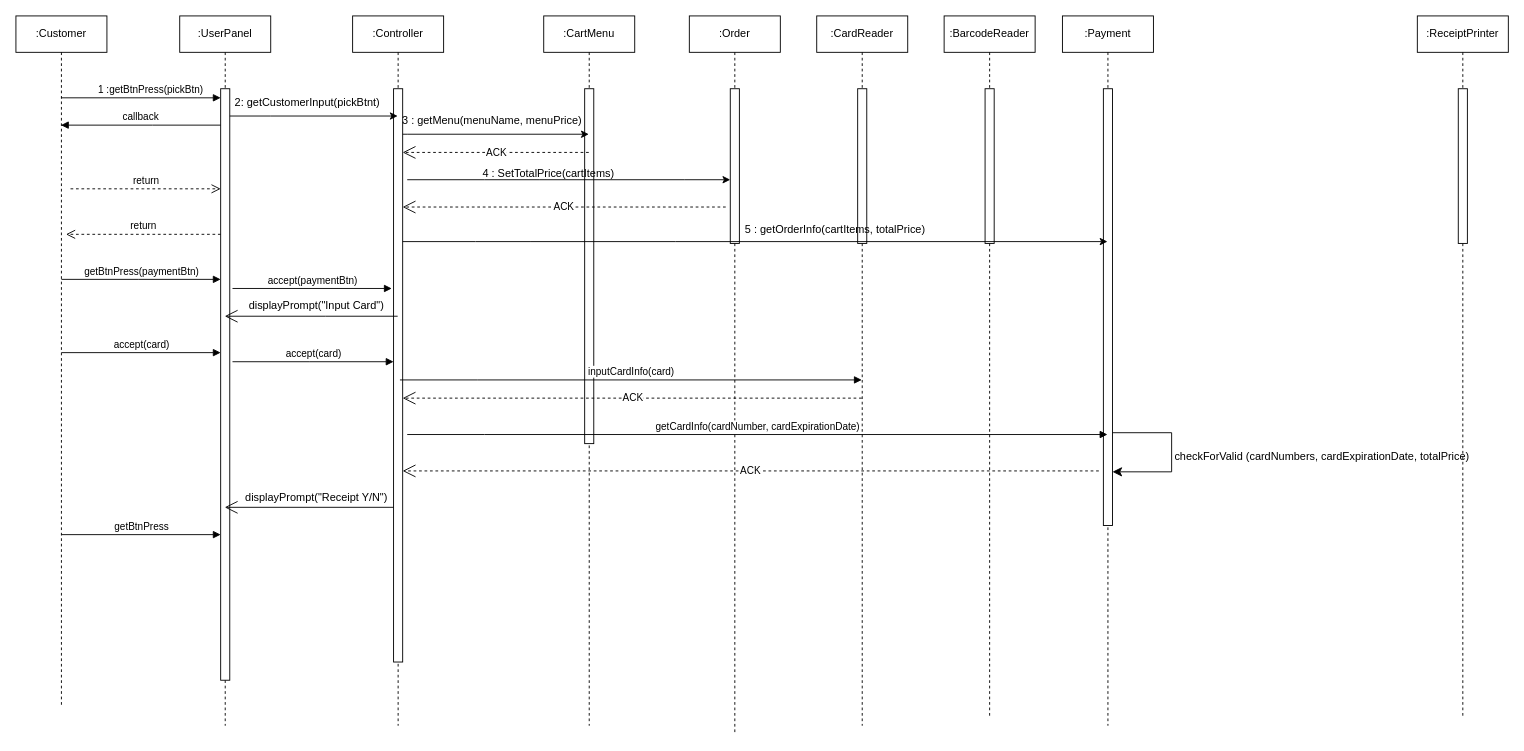
SSWU-light-2021/kiosk_UML keeps this draw.io diagram as 제목 없는 다이어그램.drawio. Above is the earlier version. Source tidied: cells renumbered, new cells numbered last; positions are measured from the earlier drawing's top-left corner, leaving out a move shared by most shapes. Both pictures are drawn from the tidied source at 91%, with x=0, y=0 at pixel (15, 15).
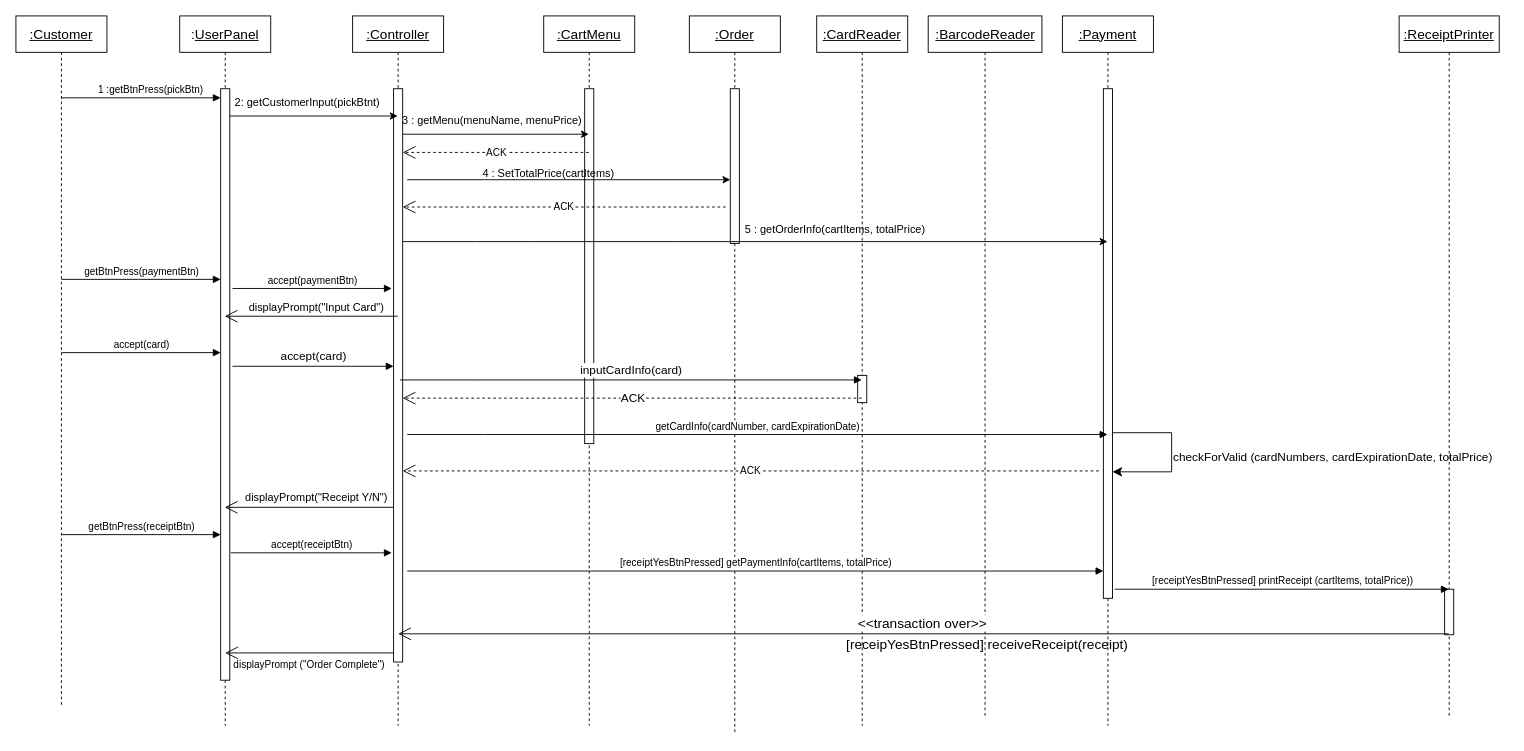
Above is the later version.

Commit message (it also covers changes not shown here):
제목 없는 다이어그램.drawio 업데이트

Unchanged cells that the change refers to:
```xml
<mxCell id="4" style="html=1;points=[];perimeter=orthogonalPerimeter;outlineConnect=0;targetShapes=umlLifeline;portConstraint=eastwest;newEdgeStyle={&quot;edgeStyle&quot;:&quot;elbowEdgeStyle&quot;,&quot;elbow&quot;:&quot;vertical&quot;,&quot;curved&quot;:0,&quot;rounded&quot;:0};" parent="3" vertex="1">
  <mxGeometry x="45" y="80" width="10" height="650" as="geometry" />
</mxCell>
<mxCell id="10" style="html=1;points=[];perimeter=orthogonalPerimeter;outlineConnect=0;targetShapes=umlLifeline;portConstraint=eastwest;newEdgeStyle={&quot;edgeStyle&quot;:&quot;elbowEdgeStyle&quot;,&quot;elbow&quot;:&quot;vertical&quot;,&quot;curved&quot;:0,&quot;rounded&quot;:0};" parent="9" vertex="1">
  <mxGeometry x="45" y="80" width="10" height="630" as="geometry" />
</mxCell>
```

What changed in the source:
```diff
@@
-    <mxCell id="2" value=":Customer" style="shape=umlLifeline;perimeter=lifelinePerimeter;whiteSpace=wrap;html=1;outlineConnect=0;portConstraint=eastwest;newEdgeStyle={&quot;edgeStyle&quot;:&quot;elbowEdgeStyle&quot;,&quot;elbow&quot;:&quot;vertical&quot;,&quot;curved&quot;:0,&quot;rounded&quot;:0};" parent="1" vertex="1">
+    <mxCell id="2" value="&lt;u&gt;:Customer&lt;/u&gt;" style="shape=umlLifeline;perimeter=lifelinePerimeter;whiteSpace=wrap;html=1;outlineConnect=0;portConstraint=eastwest;newEdgeStyle={&quot;edgeStyle&quot;:&quot;elbowEdgeStyle&quot;,&quot;elbow&quot;:&quot;vertical&quot;,&quot;curved&quot;:0,&quot;rounded&quot;:0};fontSize=15;" parent="1" vertex="1">
       <mxGeometry width="100" height="760" as="geometry" />
     </mxCell>
-    <mxCell id="3" value=":UserPanel" style="shape=umlLifeline;perimeter=lifelinePerimeter;whiteSpace=wrap;html=1;outlineConnect=0;portConstraint=eastwest;newEdgeStyle={&quot;edgeStyle&quot;:&quot;elbowEdgeStyle&quot;,&quot;elbow&quot;:&quot;vertical&quot;,&quot;curved&quot;:0,&quot;rounded&quot;:0};" parent="1" vertex="1">
+    <mxCell id="3" value=":&lt;u&gt;UserPanel&lt;/u&gt;" style="shape=umlLifeline;perimeter=lifelinePerimeter;whiteSpace=wrap;html=1;outlineConnect=0;portConstraint=eastwest;newEdgeStyle={&quot;edgeStyle&quot;:&quot;elbowEdgeStyle&quot;,&quot;elbow&quot;:&quot;vertical&quot;,&quot;curved&quot;:0,&quot;rounded&quot;:0};fontSize=15;" parent="1" vertex="1">
       <mxGeometry x="180" width="100" height="780" as="geometry" />
     </mxCell>
@@
-    <mxCell id="6" value="return" style="html=1;verticalAlign=bottom;endArrow=open;dashed=1;endSize=8;edgeStyle=elbowEdgeStyle;elbow=vertical;curved=0;rounded=0;" parent="1" edge="1" source="4">
-      <mxGeometry relative="1" as="geometry">
-        <mxPoint x="55" y="240" as="targetPoint" />
-        <Array as="points">
-          <mxPoint x="150" y="240" />
-        </Array>
-      </mxGeometry>
-    </mxCell>
-    <mxCell id="7" value="callback" style="html=1;verticalAlign=bottom;endArrow=block;edgeStyle=elbowEdgeStyle;elbow=vertical;curved=0;rounded=0;" parent="1" edge="1" source="4" target="2">
-      <mxGeometry relative="1" as="geometry">
-        <Array as="points">
-          <mxPoint x="150" y="120" />
-        </Array>
-      </mxGeometry>
-    </mxCell>
-    <mxCell id="8" value="return" style="html=1;verticalAlign=bottom;endArrow=open;dashed=1;endSize=8;edgeStyle=elbowEdgeStyle;elbow=vertical;curved=0;rounded=0;" parent="1" edge="1" target="4">
-      <mxGeometry relative="1" as="geometry">
-        <mxPoint x="60" y="190" as="sourcePoint" />
-        <Array as="points">
-          <mxPoint x="140" y="190" />
-        </Array>
-      </mxGeometry>
-    </mxCell>
-    <mxCell id="9" value=":Controller" style="shape=umlLifeline;perimeter=lifelinePerimeter;whiteSpace=wrap;html=1;outlineConnect=0;portConstraint=eastwest;newEdgeStyle={&quot;edgeStyle&quot;:&quot;elbowEdgeStyle&quot;,&quot;elbow&quot;:&quot;vertical&quot;,&quot;curved&quot;:0,&quot;rounded&quot;:0};" parent="1" vertex="1">
+    <mxCell id="9" value="&lt;u&gt;:Controller&lt;/u&gt;" style="shape=umlLifeline;perimeter=lifelinePerimeter;whiteSpace=wrap;html=1;outlineConnect=0;portConstraint=eastwest;newEdgeStyle={&quot;edgeStyle&quot;:&quot;elbowEdgeStyle&quot;,&quot;elbow&quot;:&quot;vertical&quot;,&quot;curved&quot;:0,&quot;rounded&quot;:0};fontSize=15;" parent="1" vertex="1">
       <mxGeometry x="370" width="100" height="780" as="geometry" />
     </mxCell>
@@
-    <mxCell id="11" value=":Order" style="shape=umlLifeline;perimeter=lifelinePerimeter;whiteSpace=wrap;html=1;newEdgeStyle={&quot;edgeStyle&quot;:&quot;elbowEdgeStyle&quot;,&quot;elbow&quot;:&quot;vertical&quot;,&quot;curved&quot;:0,&quot;rounded&quot;:0};" parent="1" vertex="1">
+    <mxCell id="11" value="&lt;u&gt;:Order&lt;/u&gt;" style="shape=umlLifeline;perimeter=lifelinePerimeter;whiteSpace=wrap;html=1;newEdgeStyle={&quot;edgeStyle&quot;:&quot;elbowEdgeStyle&quot;,&quot;elbow&quot;:&quot;vertical&quot;,&quot;curved&quot;:0,&quot;rounded&quot;:0};fontSize=15;" parent="1" vertex="1">
       <mxGeometry x="740" width="100" height="790" as="geometry" />
     </mxCell>
@@
-    <mxCell id="13" value=":CardReader" style="shape=umlLifeline;perimeter=lifelinePerimeter;whiteSpace=wrap;html=1;outlineConnect=0;portConstraint=eastwest;newEdgeStyle={&quot;edgeStyle&quot;:&quot;elbowEdgeStyle&quot;,&quot;elbow&quot;:&quot;vertical&quot;,&quot;curved&quot;:0,&quot;rounded&quot;:0};" parent="1" vertex="1">
+    <mxCell id="13" value="&lt;u&gt;:CardReader&lt;/u&gt;" style="shape=umlLifeline;perimeter=lifelinePerimeter;whiteSpace=wrap;html=1;outlineConnect=0;portConstraint=eastwest;newEdgeStyle={&quot;edgeStyle&quot;:&quot;elbowEdgeStyle&quot;,&quot;elbow&quot;:&quot;vertical&quot;,&quot;curved&quot;:0,&quot;rounded&quot;:0};fontSize=15;" parent="1" vertex="1">
       <mxGeometry x="880" width="100" height="780" as="geometry" />
     </mxCell>
-    <mxCell id="14" style="html=1;perimeter=orthogonalPerimeter;targetShapes=umlLifeline;newEdgeStyle={&quot;edgeStyle&quot;:&quot;elbowEdgeStyle&quot;,&quot;elbow&quot;:&quot;vertical&quot;,&quot;curved&quot;:0,&quot;rounded&quot;:0};" parent="13" vertex="1">
-      <mxGeometry x="45" y="80" width="10" height="170" as="geometry" />
-    </mxCell>
+    <mxCell id="48" style="html=1;perimeter=orthogonalPerimeter;targetShapes=umlLifeline;newEdgeStyle={&quot;edgeStyle&quot;:&quot;elbowEdgeStyle&quot;,&quot;elbow&quot;:&quot;vertical&quot;,&quot;curved&quot;:0,&quot;rounded&quot;:0};" parent="13" vertex="1">
+      <mxGeometry x="45" y="395" width="10" height="30" as="geometry" />
+    </mxCell>
-    <mxCell id="15" value=":BarcodeReader" style="shape=umlLifeline;perimeter=lifelinePerimeter;whiteSpace=wrap;html=1;newEdgeStyle={&quot;edgeStyle&quot;:&quot;elbowEdgeStyle&quot;,&quot;elbow&quot;:&quot;vertical&quot;,&quot;curved&quot;:0,&quot;rounded&quot;:0};" parent="1" vertex="1">
-      <mxGeometry x="1020" width="100" height="770" as="geometry" />
+    <mxCell id="15" value="&lt;u&gt;:BarcodeReader&lt;/u&gt;" style="shape=umlLifeline;perimeter=lifelinePerimeter;whiteSpace=wrap;html=1;newEdgeStyle={&quot;edgeStyle&quot;:&quot;elbowEdgeStyle&quot;,&quot;elbow&quot;:&quot;vertical&quot;,&quot;curved&quot;:0,&quot;rounded&quot;:0};fontSize=15;" parent="1" vertex="1">
+      <mxGeometry x="1002.5" width="125" height="770" as="geometry" />
     </mxCell>
-    <mxCell id="16" style="html=1;perimeter=orthogonalPerimeter;targetShapes=umlLifeline;newEdgeStyle={&quot;edgeStyle&quot;:&quot;elbowEdgeStyle&quot;,&quot;elbow&quot;:&quot;vertical&quot;,&quot;curved&quot;:0,&quot;rounded&quot;:0};" parent="15" vertex="1">
-      <mxGeometry x="45" y="80" width="10" height="170" as="geometry" />
-    </mxCell>
-    <mxCell id="17" value=":Payment" style="shape=umlLifeline;perimeter=lifelinePerimeter;whiteSpace=wrap;html=1;outlineConnect=0;portConstraint=eastwest;newEdgeStyle={&quot;edgeStyle&quot;:&quot;elbowEdgeStyle&quot;,&quot;elbow&quot;:&quot;vertical&quot;,&quot;curved&quot;:0,&quot;rounded&quot;:0};" parent="1" vertex="1">
+    <mxCell id="17" value="&lt;font style=&quot;font-size: 15px;&quot;&gt;&lt;u&gt;:Payment&lt;/u&gt;&lt;/font&gt;" style="shape=umlLifeline;perimeter=lifelinePerimeter;whiteSpace=wrap;html=1;outlineConnect=0;portConstraint=eastwest;newEdgeStyle={&quot;edgeStyle&quot;:&quot;elbowEdgeStyle&quot;,&quot;elbow&quot;:&quot;vertical&quot;,&quot;curved&quot;:0,&quot;rounded&quot;:0};" parent="1" vertex="1">
       <mxGeometry x="1150" width="100" height="780" as="geometry" />
     </mxCell>
     <mxCell id="18" style="html=1;points=[];perimeter=orthogonalPerimeter;outlineConnect=0;targetShapes=umlLifeline;portConstraint=eastwest;newEdgeStyle={&quot;edgeStyle&quot;:&quot;elbowEdgeStyle&quot;,&quot;elbow&quot;:&quot;vertical&quot;,&quot;curved&quot;:0,&quot;rounded&quot;:0};" parent="17" vertex="1">
-      <mxGeometry x="45" y="80" width="10" height="480" as="geometry" />
+      <mxGeometry x="45" y="80" width="10" height="560" as="geometry" />
     </mxCell>
@@
-    <mxCell id="20" value=":ReceiptPrinter" style="shape=umlLifeline;perimeter=lifelinePerimeter;whiteSpace=wrap;html=1;outlineConnect=0;portConstraint=eastwest;newEdgeStyle={&quot;edgeStyle&quot;:&quot;elbowEdgeStyle&quot;,&quot;elbow&quot;:&quot;vertical&quot;,&quot;curved&quot;:0,&quot;rounded&quot;:0};" parent="1" vertex="1">
-      <mxGeometry x="1540" width="100" height="770" as="geometry" />
+    <mxCell id="20" value="&lt;font style=&quot;font-size: 15px;&quot;&gt;&lt;u&gt;:ReceiptPrinter&lt;/u&gt;&lt;/font&gt;" style="shape=umlLifeline;perimeter=lifelinePerimeter;whiteSpace=wrap;html=1;outlineConnect=0;portConstraint=eastwest;newEdgeStyle={&quot;edgeStyle&quot;:&quot;elbowEdgeStyle&quot;,&quot;elbow&quot;:&quot;vertical&quot;,&quot;curved&quot;:0,&quot;rounded&quot;:0};" parent="1" vertex="1">
+      <mxGeometry x="1520" width="110" height="770" as="geometry" />
     </mxCell>
     <mxCell id="21" style="html=1;perimeter=orthogonalPerimeter;targetShapes=umlLifeline;newEdgeStyle={&quot;edgeStyle&quot;:&quot;elbowEdgeStyle&quot;,&quot;elbow&quot;:&quot;vertical&quot;,&quot;curved&quot;:0,&quot;rounded&quot;:0};" parent="20" vertex="1">
-      <mxGeometry x="45" y="80" width="10" height="170" as="geometry" />
+      <mxGeometry x="50" y="630" width="10" height="50" as="geometry" />
     </mxCell>
@@
-    <mxCell id="24" value=":CartMenu" style="shape=umlLifeline;perimeter=lifelinePerimeter;whiteSpace=wrap;html=1;outlineConnect=0;portConstraint=eastwest;newEdgeStyle={&quot;edgeStyle&quot;:&quot;elbowEdgeStyle&quot;,&quot;elbow&quot;:&quot;vertical&quot;,&quot;curved&quot;:0,&quot;rounded&quot;:0};" parent="1" vertex="1">
+    <mxCell id="24" value="&lt;font style=&quot;font-size: 15px;&quot;&gt;&lt;u&gt;:CartMenu&lt;/u&gt;&lt;/font&gt;" style="shape=umlLifeline;perimeter=lifelinePerimeter;whiteSpace=wrap;html=1;outlineConnect=0;portConstraint=eastwest;newEdgeStyle={&quot;edgeStyle&quot;:&quot;elbowEdgeStyle&quot;,&quot;elbow&quot;:&quot;vertical&quot;,&quot;curved&quot;:0,&quot;rounded&quot;:0};" parent="1" vertex="1">
       <mxGeometry x="580" width="100" height="780" as="geometry" />
     </mxCell>
@@
-    <mxCell id="37" value="accept(card)" style="html=1;verticalAlign=bottom;endArrow=block;edgeStyle=elbowEdgeStyle;elbow=vertical;curved=0;rounded=0;" parent="1" edge="1" target="10">
+    <mxCell id="37" value="&lt;font style=&quot;font-size: 13px;&quot;&gt;accept(card)&lt;/font&gt;" style="html=1;verticalAlign=bottom;endArrow=block;edgeStyle=elbowEdgeStyle;elbow=vertical;curved=0;rounded=0;" parent="1" edge="1">
       <mxGeometry relative="1" as="geometry">
-        <mxPoint x="238" y="380" as="sourcePoint" />
+        <mxPoint x="238" y="385" as="sourcePoint" />
+        <mxPoint x="415" y="385" as="targetPoint" />
         <Array as="points">
-          <mxPoint x="323" y="380" />
+          <mxPoint x="323" y="385" />
         </Array>
       </mxGeometry>
     </mxCell>
@@
-    <mxCell id="39" value="displayPrompt(&quot;Input Card&quot;)" style="text;html=1;align=center;verticalAlign=middle;strokeColor=none;fillColor=none;" parent="1" vertex="1">
-      <mxGeometry x="245" y="304" width="170" height="30" as="geometry" />
+    <mxCell id="39" value="displayPrompt(&quot;Input Card&quot;)" style="text;html=1;align=center;verticalAlign=bottom;strokeColor=none;fillColor=none;labelPosition=center;verticalLabelPosition=top;" parent="1" vertex="1">
+      <mxGeometry x="245" y="330" width="170" height="30" as="geometry" />
     </mxCell>
-    <mxCell id="40" value="inputCardInfo(card)" style="html=1;verticalAlign=bottom;endArrow=block;edgeStyle=elbowEdgeStyle;elbow=vertical;curved=0;rounded=0;" parent="1" edge="1" target="13">
+    <mxCell id="40" value="&lt;font style=&quot;font-size: 13px;&quot;&gt;inputCardInfo(card)&lt;/font&gt;" style="html=1;verticalAlign=bottom;endArrow=block;edgeStyle=elbowEdgeStyle;elbow=vertical;curved=0;rounded=0;" parent="1" edge="1" target="13">
       <mxGeometry relative="1" as="geometry">
         <mxPoint x="422" y="400" as="sourcePoint" />
         <Array as="points">
           <mxPoint x="507" y="400" />
         </Array>
       </mxGeometry>
     </mxCell>
-    <mxCell id="41" value="ACK" style="endArrow=open;endSize=12;dashed=1;html=1;rounded=0;" parent="1" edge="1" source="13">
+    <mxCell id="41" value="&lt;font style=&quot;font-size: 13px;&quot;&gt;ACK&lt;/font&gt;" style="endArrow=open;endSize=12;dashed=1;html=1;rounded=0;" parent="1" edge="1" source="13">
       <mxGeometry relative="1" as="geometry">
         <mxPoint x="425" y="420" as="targetPoint" />
       </mxGeometry>
     </mxCell>
@@
-    <mxCell id="44" value="checkForValid (cardNumbers, cardExpirationDate, totalPrice)" style="text;html=1;align=center;verticalAlign=middle;strokeColor=none;fillColor=none;" parent="1" vertex="1">
-      <mxGeometry x="1260" y="470" width="350" height="30" as="geometry" />
+    <mxCell id="44" value="&lt;font style=&quot;font-size: 13px;&quot;&gt;checkForValid (cardNumbers, cardExpirationDate, totalPrice)&lt;/font&gt;" style="text;html=1;align=center;verticalAlign=middle;strokeColor=none;fillColor=none;" parent="1" vertex="1">
+      <mxGeometry x="1262" y="470" width="370" height="30" as="geometry" />
     </mxCell>
@@
-    <mxCell id="47" value="getBtnPress" style="html=1;verticalAlign=bottom;endArrow=block;edgeStyle=elbowEdgeStyle;elbow=vertical;curved=0;rounded=0;" parent="1" edge="1">
+    <mxCell id="47" value="getBtnPress(receiptBtn)" style="html=1;verticalAlign=bottom;endArrow=block;edgeStyle=elbowEdgeStyle;elbow=vertical;curved=0;rounded=0;" parent="1" edge="1">
       <mxGeometry relative="1" as="geometry">
         <mxPoint x="50" y="570" as="sourcePoint" />
         <mxPoint x="225" y="570.5" as="targetPoint" />
         <Array as="points">
           <mxPoint x="135" y="570" />
         </Array>
       </mxGeometry>
     </mxCell>
+    <mxCell id="49" value="accept(receiptBtn)" style="html=1;verticalAlign=bottom;endArrow=block;edgeStyle=elbowEdgeStyle;elbow=vertical;curved=0;rounded=0;" parent="1" edge="1">
+      <mxGeometry relative="1" as="geometry">
+        <mxPoint x="236" y="590" as="sourcePoint" />
+        <mxPoint x="413" y="590" as="targetPoint" />
+        <Array as="points">
+          <mxPoint x="321" y="590" />
+        </Array>
+      </mxGeometry>
+    </mxCell>
+    <mxCell id="50" value="[receiptYesBtnPressed] getPaymentInfo(cartItems, totalPrice)" style="html=1;verticalAlign=bottom;endArrow=block;edgeStyle=elbowEdgeStyle;elbow=vertical;curved=0;rounded=0;" parent="1" edge="1" target="18">
+      <mxGeometry relative="1" as="geometry">
+        <mxPoint x="430" y="610" as="sourcePoint" />
+        <Array as="points">
+          <mxPoint x="515" y="610" />
+        </Array>
+      </mxGeometry>
+    </mxCell>
+    <mxCell id="51" value="[receiptYesBtnPressed] printReceipt (cartItems, totalPrice))" style="html=1;verticalAlign=bottom;endArrow=block;edgeStyle=elbowEdgeStyle;elbow=vertical;curved=0;rounded=0;" parent="1" edge="1" target="20">
+      <mxGeometry relative="1" as="geometry">
+        <mxPoint x="1207.5" y="630" as="sourcePoint" />
+        <Array as="points">
+          <mxPoint x="1292.5" y="630" />
+        </Array>
+      </mxGeometry>
+    </mxCell>
+    <mxCell id="52" value="displayPrompt (&quot;Order Complete&quot;)" style="endArrow=open;endFill=1;endSize=12;html=1;rounded=0;labelPosition=center;verticalLabelPosition=bottom;align=center;verticalAlign=top;" parent="1" edge="1">
+      <mxGeometry relative="1" as="geometry">
+        <mxPoint x="415" y="700" as="sourcePoint" />
+        <mxPoint x="230" y="700" as="targetPoint" />
+        <Array as="points">
+          <mxPoint x="410" y="700" />
+        </Array>
+      </mxGeometry>
+    </mxCell>
+    <mxCell id="53" value="&lt;font style=&quot;font-size: 15px;&quot;&gt;&amp;lt;&amp;lt;transaction over&amp;gt;&amp;gt;&amp;nbsp;&lt;/font&gt;" style="endArrow=open;endFill=1;endSize=12;html=1;rounded=0;labelPosition=center;verticalLabelPosition=top;align=center;verticalAlign=bottom;" parent="1" edge="1">
+      <mxGeometry relative="1" as="geometry">
+        <mxPoint x="1574.5" y="679" as="sourcePoint" />
+        <mxPoint x="420" y="679" as="targetPoint" />
+        <Array as="points">
+          <mxPoint x="600" y="679" />
+        </Array>
+      </mxGeometry>
+    </mxCell>
+    <mxCell id="54" value="&lt;font style=&quot;font-size: 15px;&quot;&gt;&amp;nbsp;[receipYesBtnPressed] receiveReceipt(receipt)&lt;/font&gt;" style="text;html=1;align=center;verticalAlign=middle;strokeColor=none;fillColor=none;" parent="1" vertex="1">
+      <mxGeometry x="895" y="675" width="340" height="30" as="geometry" />
+    </mxCell>
```
